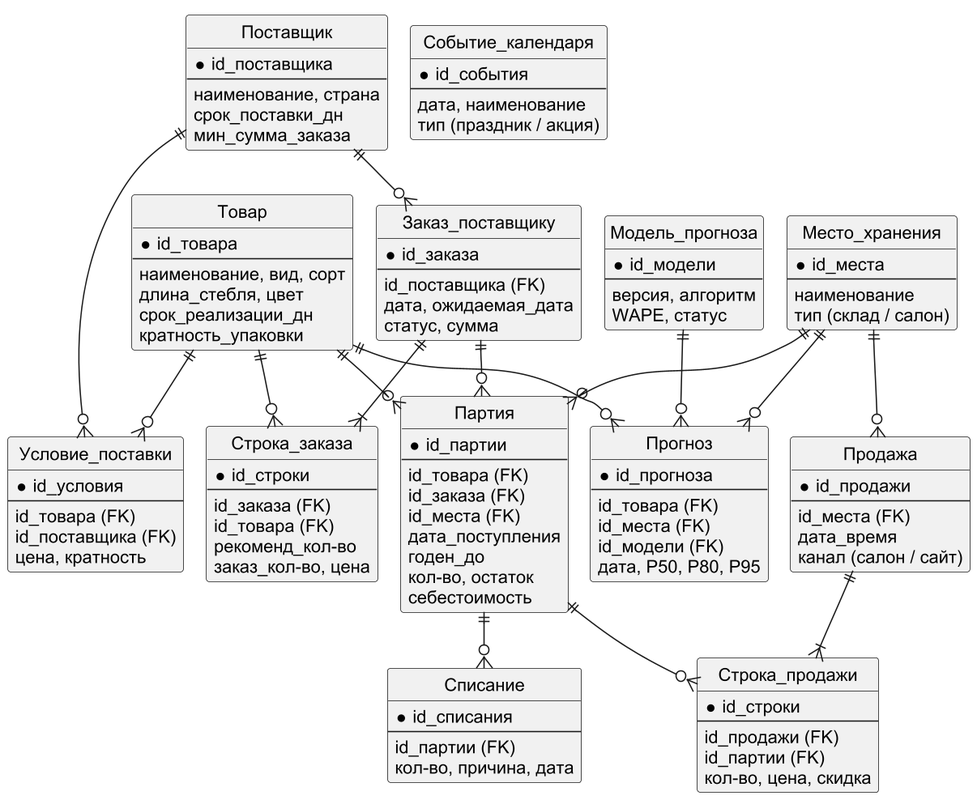
DarkSwordman999/flower-demand-planning keeps this PlantUML diagram as diagrams/pr4_er_model.png. Above is the earlier version. Its diagram source:
```plantuml
@startuml
!pragma layout smetana
skinparam dpi 150
skinparam defaultFontName Arial
skinparam shadowing false
skinparam monochrome true
hide circle
skinparam linetype ortho
entity "Товар" as tv {
 * id_товара
 --
 наименование, вид, сорт
 длина_стебля, цвет
 срок_реализации_дн
 кратность_упаковки
}
entity "Поставщик" as ps {
 * id_поставщика
 --
 наименование, страна
 срок_поставки_дн
 мин_сумма_заказа
}
entity "Условие_поставки" as up {
 * id_условия
 --
 id_товара (FK)
 id_поставщика (FK)
 цена, кратность
}
entity "Заказ_поставщику" as zp {
 * id_заказа
 --
 id_поставщика (FK)
 дата, ожидаемая_дата
 статус, сумма
}
entity "Строка_заказа" as sz {
 * id_строки
 --
 id_заказа (FK)
 id_товара (FK)
 рекоменд_кол-во
 заказ_кол-во, цена
}
entity "Место_хранения" as mh {
 * id_места
 --
 наименование
 тип (склад / салон)
}
entity "Партия" as pt {
 * id_партии
 --
 id_товара (FK)
 id_заказа (FK)
 id_места (FK)
 дата_поступления
 годен_до
 кол-во, остаток
 себестоимость
}
entity "Продажа" as pr {
 * id_продажи
 --
 id_места (FK)
 дата_время
 канал (салон / сайт)
}
entity "Строка_продажи" as sp {
 * id_строки
 --
 id_продажи (FK)
 id_партии (FK)
 кол-во, цена, скидка
}
entity "Списание" as sl {
 * id_списания
 --
 id_партии (FK)
 кол-во, причина, дата
}
entity "Прогноз" as fc {
 * id_прогноза
 --
 id_товара (FK)
 id_места (FK)
 id_модели (FK)
 дата, P50, P80, P95
}
entity "Модель_прогноза" as md {
 * id_модели
 --
 версия, алгоритм
 WAPE, статус
}
entity "Событие_календаря" as ev {
 * id_события
 --
 дата, наименование
 тип (праздник / акция)
}
ps ||--o{ up
tv ||--o{ up
ps ||--o{ zp
zp ||--|{ sz
tv ||--o{ sz
tv ||--o{ pt
zp ||--o{ pt
mh ||--o{ pt
mh ||--o{ pr
pr ||--|{ sp
pt ||--o{ sp
pt ||--o{ sl
tv ||--o{ fc
mh ||--o{ fc
md ||--o{ fc
@enduml
```
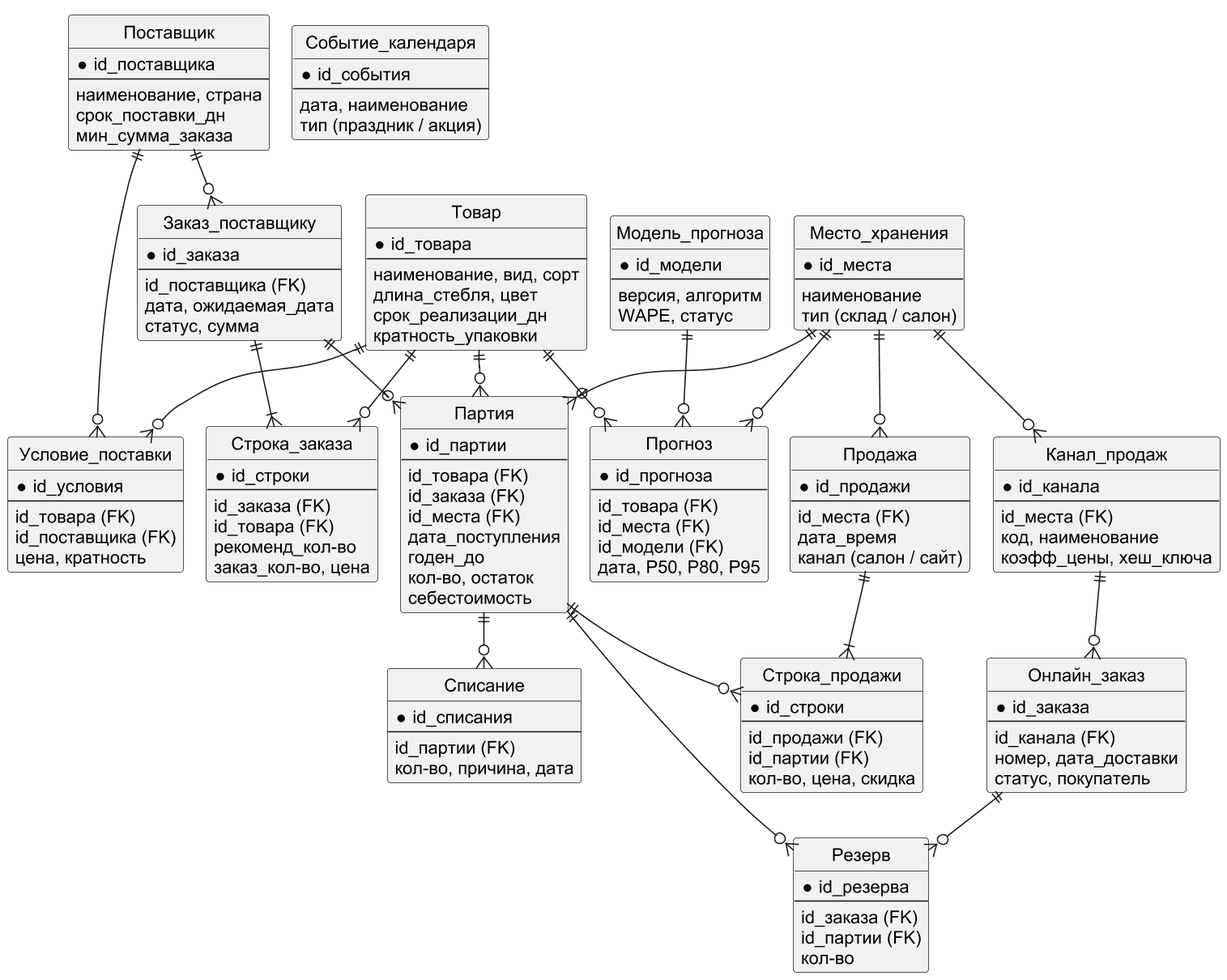
The same diagram one commit later.

Change to the diagram source:
```diff
@@ -100,6 +100,27 @@
  дата, наименование
  тип (праздник / акция)
 }
+entity "Канал_продаж" as ch {
+ * id_канала
+ --
+ id_места (FK)
+ код, наименование
+ коэфф_цены, хеш_ключа
+}
+entity "Онлайн_заказ" as oz {
+ * id_заказа
+ --
+ id_канала (FK)
+ номер, дата_доставки
+ статус, покупатель
+}
+entity "Резерв" as rz {
+ * id_резерва
+ --
+ id_заказа (FK)
+ id_партии (FK)
+ кол-во
+}
 ps ||--o{ up
 tv ||--o{ up
 ps ||--o{ zp
@@ -115,4 +136,8 @@
 tv ||--o{ fc
 mh ||--o{ fc
 md ||--o{ fc
+mh ||--o{ ch
+ch ||--o{ oz
+oz ||--o{ rz
+pt ||--o{ rz
 @enduml
```
